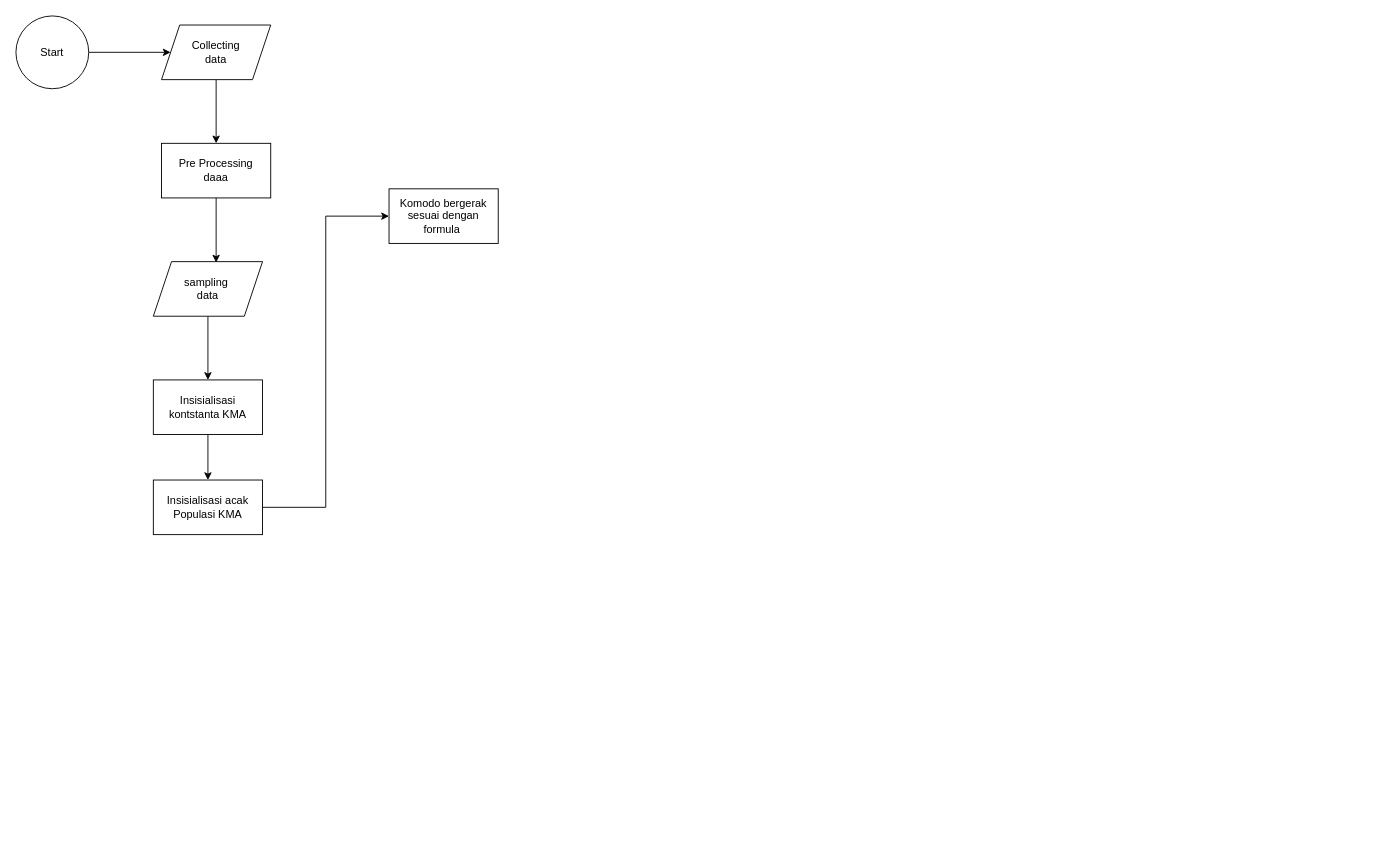
This is Diagram Tanpa Judul.drawio from khalifardy/tugas_akhir, a draw.io file, before an edit. Source tidied: cells renumbered, new cells numbered last; positions are measured from the earlier drawing's top-left corner, leaving out a move shared by most shapes. Both pictures are drawn from the tidied source at 91%, with x=0, y=0 at pixel (15, 15).
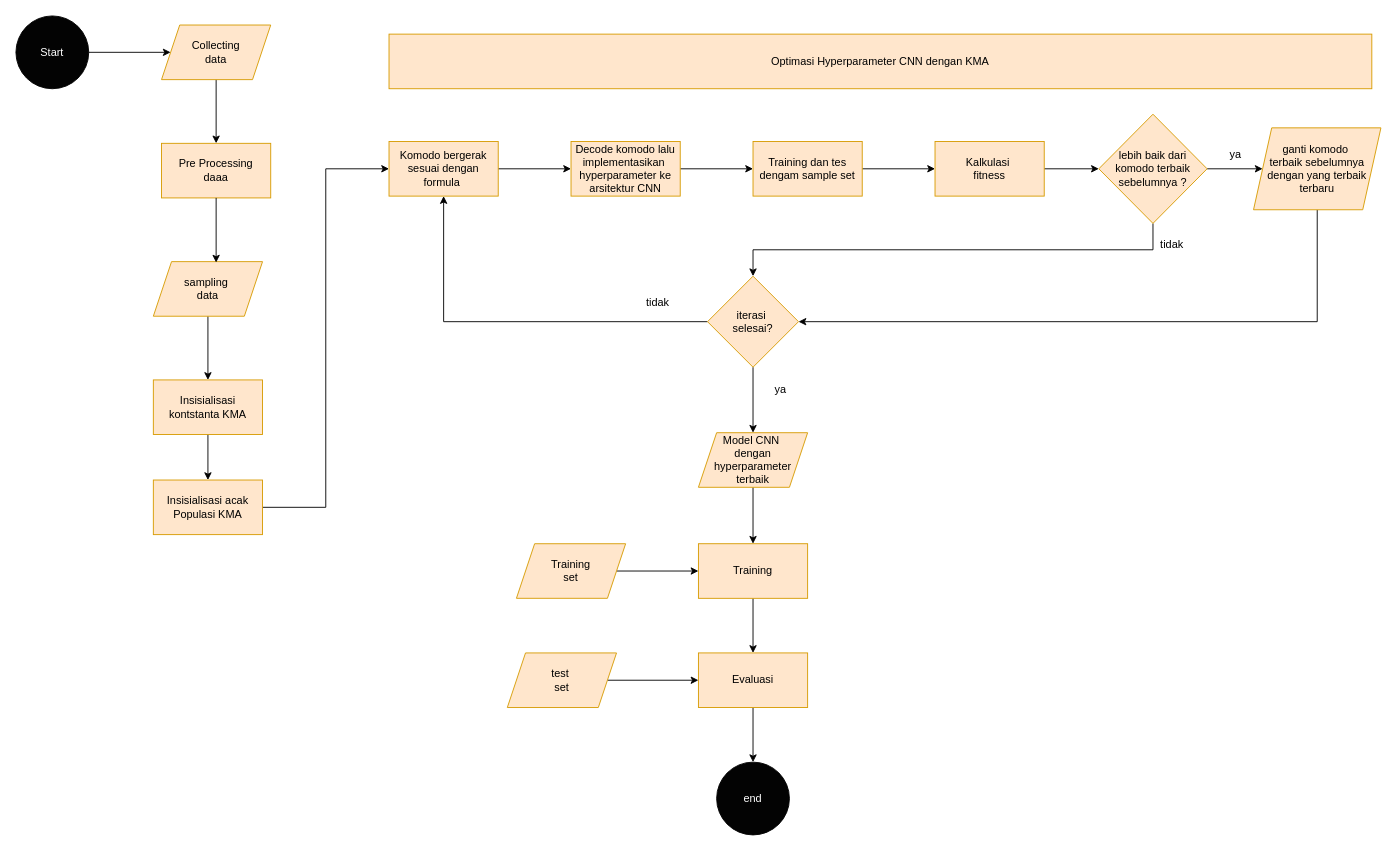
The same diagram, later.

Diff of the diagram source:
```diff
@@
-    <mxCell id="3" value="Start" style="ellipse;whiteSpace=wrap;html=1;" parent="1" vertex="1">
+    <mxCell id="3" value="Start" style="ellipse;whiteSpace=wrap;html=1;fillColor=#030303;fontColor=light-dark(#ffffff, #ededed);" parent="1" vertex="1">
       <mxGeometry width="80" height="80" as="geometry" />
     </mxCell>
@@
-    <mxCell id="5" value="Collecting&lt;div&gt;data&lt;/div&gt;" style="shape=parallelogram;perimeter=parallelogramPerimeter;whiteSpace=wrap;html=1;fixedSize=1;" parent="1" vertex="1">
+    <mxCell id="5" value="Collecting&lt;div&gt;data&lt;/div&gt;" style="shape=parallelogram;perimeter=parallelogramPerimeter;whiteSpace=wrap;html=1;fixedSize=1;fillColor=#ffe6cc;strokeColor=#d79b00;" parent="1" vertex="1">
       <mxGeometry x="160" y="10" width="120" height="60" as="geometry" />
     </mxCell>
-    <mxCell id="6" value="Pre Processing&lt;div&gt;daaa&lt;/div&gt;" style="rounded=0;whiteSpace=wrap;html=1;" parent="1" vertex="1">
+    <mxCell id="6" value="Pre Processing&lt;div&gt;daaa&lt;/div&gt;" style="rounded=0;whiteSpace=wrap;html=1;fillColor=#ffe6cc;strokeColor=#d79b00;" parent="1" vertex="1">
       <mxGeometry x="160" y="140" width="120" height="60" as="geometry" />
     </mxCell>
@@
-    <mxCell id="8" value="sampling&amp;nbsp;&lt;div&gt;data&lt;/div&gt;" style="shape=parallelogram;perimeter=parallelogramPerimeter;whiteSpace=wrap;html=1;fixedSize=1;" parent="1" vertex="1">
+    <mxCell id="8" value="sampling&amp;nbsp;&lt;div&gt;data&lt;/div&gt;" style="shape=parallelogram;perimeter=parallelogramPerimeter;whiteSpace=wrap;html=1;fixedSize=1;fillColor=#ffe6cc;strokeColor=#d79b00;" parent="1" vertex="1">
       <mxGeometry x="151" y="270" width="120" height="60" as="geometry" />
     </mxCell>
@@
-    <mxCell id="11" value="Insisialisasi kontstanta KMA" style="rounded=0;whiteSpace=wrap;html=1;" parent="1" vertex="1">
+    <mxCell id="11" value="Insisialisasi kontstanta KMA" style="rounded=0;whiteSpace=wrap;html=1;fillColor=#ffe6cc;strokeColor=#d79b00;" parent="1" vertex="1">
       <mxGeometry x="151" y="400" width="120" height="60" as="geometry" />
     </mxCell>
@@
-    <mxCell id="13" value="Insisialisasi acak Populasi KMA" style="rounded=0;whiteSpace=wrap;html=1;" parent="1" vertex="1">
+    <mxCell id="13" value="Insisialisasi acak Populasi KMA" style="rounded=0;whiteSpace=wrap;html=1;fillColor=#ffe6cc;strokeColor=#d79b00;" parent="1" vertex="1">
       <mxGeometry x="151" y="510" width="120" height="60" as="geometry" />
     </mxCell>
+    <mxCell id="15" style="edgeStyle=orthogonalEdgeStyle;rounded=0;jettySize=auto;html=1;exitX=1;exitY=0.5;exitDx=0;exitDy=0;entryX=0;entryY=0.5;entryDx=0;entryDy=0;" parent="1" edge="1" source="14" target="17">
+      <mxGeometry relative="1" as="geometry" />
+    </mxCell>
-    <mxCell id="14" value="Komodo bergerak sesuai dengan formula&amp;nbsp;" style="rounded=0;whiteSpace=wrap;html=1;" parent="1" vertex="1">
-      <mxGeometry x="410" y="190" width="120" height="60" as="geometry" />
+    <mxCell id="14" value="Komodo bergerak sesuai dengan formula&amp;nbsp;" style="rounded=0;whiteSpace=wrap;html=1;fillColor=#ffe6cc;strokeColor=#d79b00;" parent="1" vertex="1">
+      <mxGeometry x="410" y="138" width="120" height="60" as="geometry" />
     </mxCell>
+    <mxCell id="16" style="edgeStyle=orthogonalEdgeStyle;rounded=0;jettySize=auto;html=1;exitX=1;exitY=0.5;exitDx=0;exitDy=0;entryX=0;entryY=0.5;entryDx=0;entryDy=0;" parent="1" edge="1" source="17" target="19">
+      <mxGeometry relative="1" as="geometry" />
+    </mxCell>
+    <mxCell id="17" value="Decode komodo lalu implementasikan&amp;nbsp; hyperparameter ke arsitektur CNN" style="rounded=0;whiteSpace=wrap;html=1;fillColor=#ffe6cc;strokeColor=#d79b00;" parent="1" vertex="1">
+      <mxGeometry x="610" y="138" width="120" height="60" as="geometry" />
+    </mxCell>
+    <mxCell id="18" style="edgeStyle=orthogonalEdgeStyle;rounded=0;jettySize=auto;html=1;exitX=1;exitY=0.5;exitDx=0;exitDy=0;" parent="1" edge="1" source="19" target="21">
+      <mxGeometry relative="1" as="geometry" />
+    </mxCell>
+    <mxCell id="19" value="Training dan tes dengam sample set" style="rounded=0;whiteSpace=wrap;html=1;fillColor=#ffe6cc;strokeColor=#d79b00;" parent="1" vertex="1">
+      <mxGeometry x="810" y="138" width="120" height="60" as="geometry" />
+    </mxCell>
+    <mxCell id="20" style="edgeStyle=orthogonalEdgeStyle;rounded=0;jettySize=auto;html=1;" parent="1" edge="1" source="21" target="24">
+      <mxGeometry relative="1" as="geometry" />
+    </mxCell>
+    <mxCell id="21" value="Kalkulasi&amp;nbsp;&lt;div&gt;fitness&lt;/div&gt;" style="rounded=0;whiteSpace=wrap;html=1;fillColor=#ffe6cc;strokeColor=#d79b00;" parent="1" vertex="1">
+      <mxGeometry x="1010" y="138" width="120" height="60" as="geometry" />
+    </mxCell>
+    <mxCell id="22" style="edgeStyle=orthogonalEdgeStyle;rounded=0;jettySize=auto;html=1;exitX=1;exitY=0.5;exitDx=0;exitDy=0;" parent="1" edge="1" source="24" target="26">
+      <mxGeometry relative="1" as="geometry" />
+    </mxCell>
+    <mxCell id="23" style="edgeStyle=orthogonalEdgeStyle;rounded=0;jettySize=auto;html=1;exitX=0.5;exitY=1;exitDx=0;exitDy=0;entryX=0.5;entryY=0;entryDx=0;entryDy=0;" parent="1" edge="1" source="24" target="30">
+      <mxGeometry relative="1" as="geometry" />
+    </mxCell>
+    <mxCell id="24" value="lebih baik dari komodo terbaik sebelumnya ?" style="rhombus;whiteSpace=wrap;html=1;fillColor=#ffe6cc;strokeColor=#d79b00;" parent="1" vertex="1">
+      <mxGeometry x="1190" y="108" width="119" height="120" as="geometry" />
+    </mxCell>
+    <mxCell id="25" style="edgeStyle=orthogonalEdgeStyle;rounded=0;jettySize=auto;html=1;exitX=0.5;exitY=1;exitDx=0;exitDy=0;entryX=1;entryY=0.5;entryDx=0;entryDy=0;" parent="1" edge="1" source="26" target="30">
+      <mxGeometry relative="1" as="geometry" />
+    </mxCell>
+    <mxCell id="26" value="ganti komodo&amp;nbsp;&lt;div&gt;terbaik sebelumnya dengan yang terbaik terbaru&lt;/div&gt;" style="shape=parallelogram;perimeter=parallelogramPerimeter;whiteSpace=wrap;html=1;fixedSize=1;fillColor=#ffe6cc;strokeColor=#d79b00;" parent="1" vertex="1">
+      <mxGeometry x="1360" y="123" width="140" height="90" as="geometry" />
+    </mxCell>
+    <mxCell id="27" value="ya" style="text;html=1;align=center;verticalAlign=middle;strokeColor=none;fillColor=none;" parent="1" vertex="1">
+      <mxGeometry x="1320" y="138" width="40" height="30" as="geometry" />
+    </mxCell>
+    <mxCell id="28" style="edgeStyle=orthogonalEdgeStyle;rounded=0;jettySize=auto;html=1;" parent="1" edge="1" source="30" target="33">
+      <mxGeometry relative="1" as="geometry" />
+    </mxCell>
+    <mxCell id="29" style="edgeStyle=orthogonalEdgeStyle;rounded=0;jettySize=auto;html=1;exitX=0;exitY=0.5;exitDx=0;exitDy=0;entryX=0.5;entryY=1;entryDx=0;entryDy=0;" parent="1" edge="1" source="30" target="14">
+      <mxGeometry relative="1" as="geometry" />
+    </mxCell>
+    <mxCell id="30" value="iterasi&amp;nbsp;&lt;div&gt;selesai?&lt;/div&gt;" style="rhombus;whiteSpace=wrap;html=1;fillColor=#ffe6cc;strokeColor=#d79b00;" parent="1" vertex="1">
+      <mxGeometry x="760" y="286" width="100" height="100" as="geometry" />
+    </mxCell>
+    <mxCell id="31" value="tidak" style="text;html=1;align=center;verticalAlign=middle;strokeColor=none;fillColor=none;" parent="1" vertex="1">
+      <mxGeometry x="1245" y="236" width="50" height="30" as="geometry" />
+    </mxCell>
+    <mxCell id="32" style="edgeStyle=orthogonalEdgeStyle;rounded=0;jettySize=auto;html=1;" parent="1" edge="1" source="33" target="37">
+      <mxGeometry relative="1" as="geometry" />
+    </mxCell>
+    <mxCell id="33" value="Model CNN&amp;nbsp;&lt;div&gt;dengan hyperparameter terbaik&lt;/div&gt;" style="shape=parallelogram;perimeter=parallelogramPerimeter;whiteSpace=wrap;html=1;fixedSize=1;fillColor=#ffe6cc;strokeColor=#d79b00;" parent="1" vertex="1">
+      <mxGeometry x="750" y="458" width="120" height="60" as="geometry" />
+    </mxCell>
+    <mxCell id="34" value="tidak" style="text;html=1;align=center;verticalAlign=middle;strokeColor=none;fillColor=none;" parent="1" vertex="1">
+      <mxGeometry x="680" y="300" width="50" height="30" as="geometry" />
+    </mxCell>
+    <mxCell id="35" value="ya" style="text;html=1;align=center;verticalAlign=middle;strokeColor=none;fillColor=none;" parent="1" vertex="1">
+      <mxGeometry x="820" y="396" width="40" height="30" as="geometry" />
+    </mxCell>
+    <mxCell id="36" style="edgeStyle=orthogonalEdgeStyle;rounded=0;jettySize=auto;html=1;" parent="1" edge="1" source="37" target="39">
+      <mxGeometry relative="1" as="geometry" />
+    </mxCell>
+    <mxCell id="37" value="Training" style="rounded=0;whiteSpace=wrap;html=1;fillColor=#ffe6cc;strokeColor=#d79b00;" parent="1" vertex="1">
+      <mxGeometry x="750" y="580" width="120" height="60" as="geometry" />
+    </mxCell>
+    <mxCell id="38" style="edgeStyle=orthogonalEdgeStyle;rounded=0;jettySize=auto;html=1;" parent="1" edge="1" source="39" target="40">
+      <mxGeometry relative="1" as="geometry" />
+    </mxCell>
+    <mxCell id="39" value="Evaluasi" style="rounded=0;whiteSpace=wrap;html=1;fillColor=#ffe6cc;strokeColor=#d79b00;" parent="1" vertex="1">
+      <mxGeometry x="750" y="700" width="120" height="60" as="geometry" />
+    </mxCell>
+    <mxCell id="40" value="end" style="ellipse;whiteSpace=wrap;html=1;fillColor=#030303;fontColor=light-dark(#ffffff, #ededed);" parent="1" vertex="1">
+      <mxGeometry x="770" y="820" width="80" height="80" as="geometry" />
+    </mxCell>
+    <mxCell id="41" style="edgeStyle=orthogonalEdgeStyle;rounded=0;jettySize=auto;html=1;" parent="1" edge="1" source="42" target="37">
+      <mxGeometry relative="1" as="geometry" />
+    </mxCell>
+    <mxCell id="42" value="Training&lt;div&gt;set&lt;/div&gt;" style="shape=parallelogram;perimeter=parallelogramPerimeter;whiteSpace=wrap;html=1;fixedSize=1;fillColor=#ffe6cc;strokeColor=#d79b00;" parent="1" vertex="1">
+      <mxGeometry x="550" y="580" width="120" height="60" as="geometry" />
+    </mxCell>
+    <mxCell id="43" style="edgeStyle=orthogonalEdgeStyle;rounded=0;jettySize=auto;html=1;" parent="1" edge="1" source="44" target="39">
+      <mxGeometry relative="1" as="geometry" />
+    </mxCell>
+    <mxCell id="44" value="test&amp;nbsp;&lt;div&gt;set&lt;/div&gt;" style="shape=parallelogram;perimeter=parallelogramPerimeter;whiteSpace=wrap;html=1;fixedSize=1;fillColor=#ffe6cc;strokeColor=#d79b00;" parent="1" vertex="1">
+      <mxGeometry x="540" y="700" width="120" height="60" as="geometry" />
+    </mxCell>
+    <mxCell id="45" value="Optimasi Hyperparameter CNN dengan KMA" style="rounded=0;whiteSpace=wrap;html=1;fillColor=#ffe6cc;strokeColor=#d79b00;" parent="1" vertex="1">
+      <mxGeometry x="410" y="20" width="1080" height="60" as="geometry" />
+    </mxCell>
```
